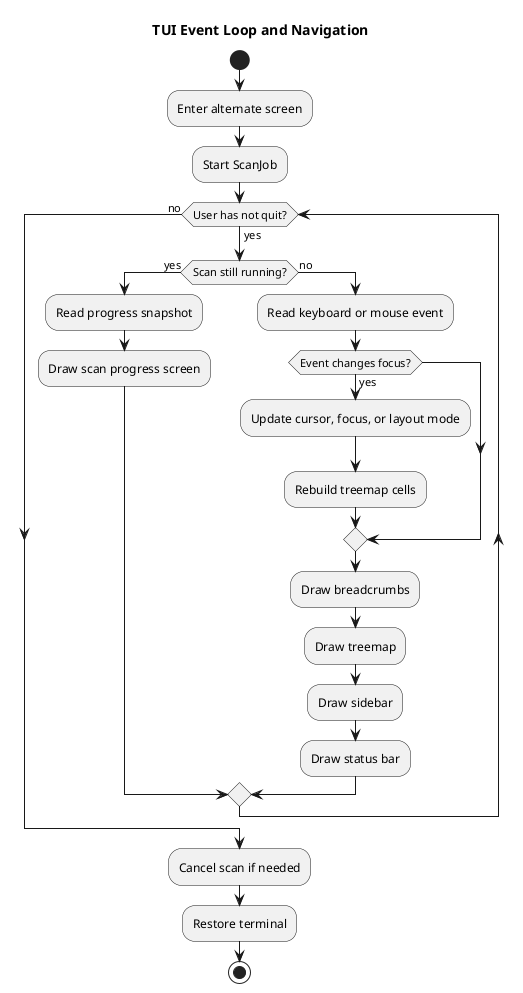
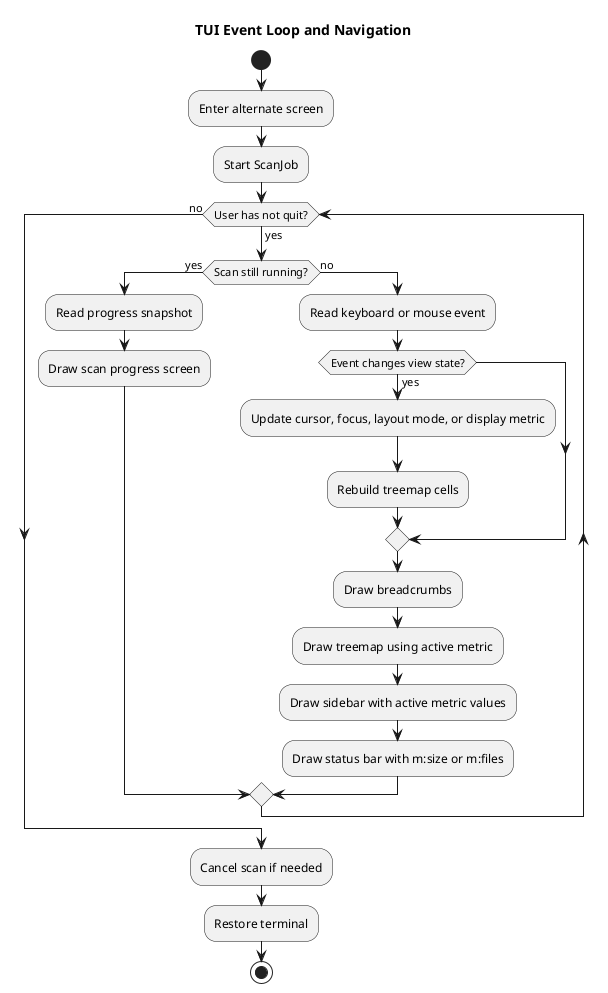
@startuml
title TUI Event Loop and Navigation

start
:Enter alternate screen;
:Start ScanJob;

while (User has not quit?) is (yes)
  if (Scan still running?) then (yes)
    :Read progress snapshot;
    :Draw scan progress screen;
  else (no)
    :Read keyboard or mouse event;
-     if (Event changes focus?) then (yes)
-       :Update cursor, focus, or layout mode;
+     if (Event changes view state?) then (yes)
+       :Update cursor, focus, layout mode, or display metric;
      :Rebuild treemap cells;
    endif
    :Draw breadcrumbs;
-     :Draw treemap;
-     :Draw sidebar;
-     :Draw status bar;
+     :Draw treemap using active metric;
+     :Draw sidebar with active metric values;
+     :Draw status bar with m:size or m:files;
  endif
endwhile (no)

:Cancel scan if needed;
:Restore terminal;
stop

@enduml
